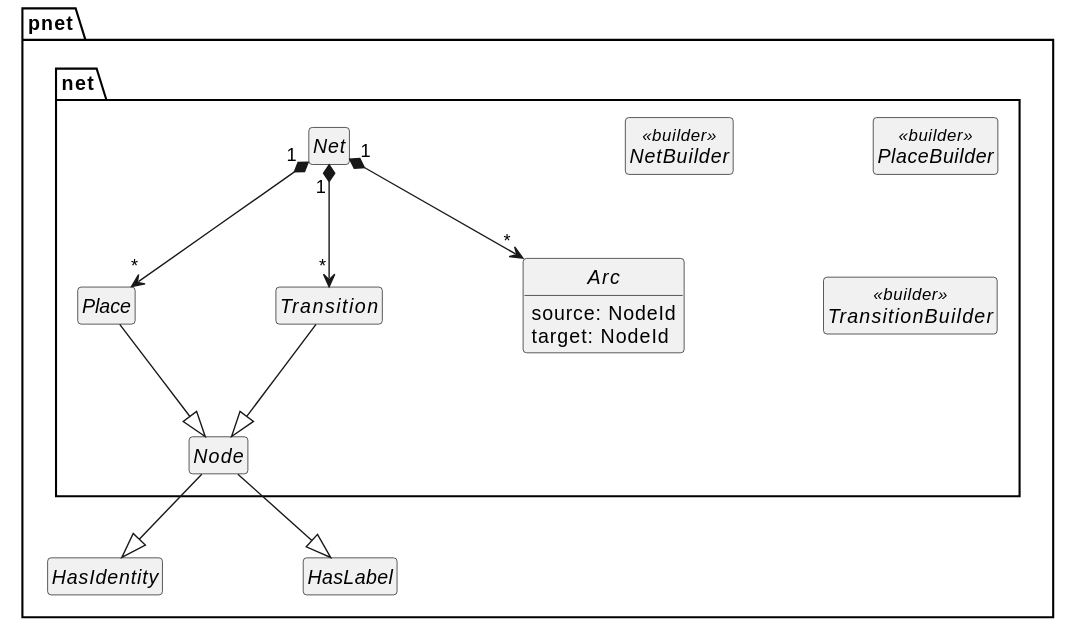
The PlantUML diagram doc/ptnet-model-net.svg in johnstonskj/rust-ptnets, before a commit.
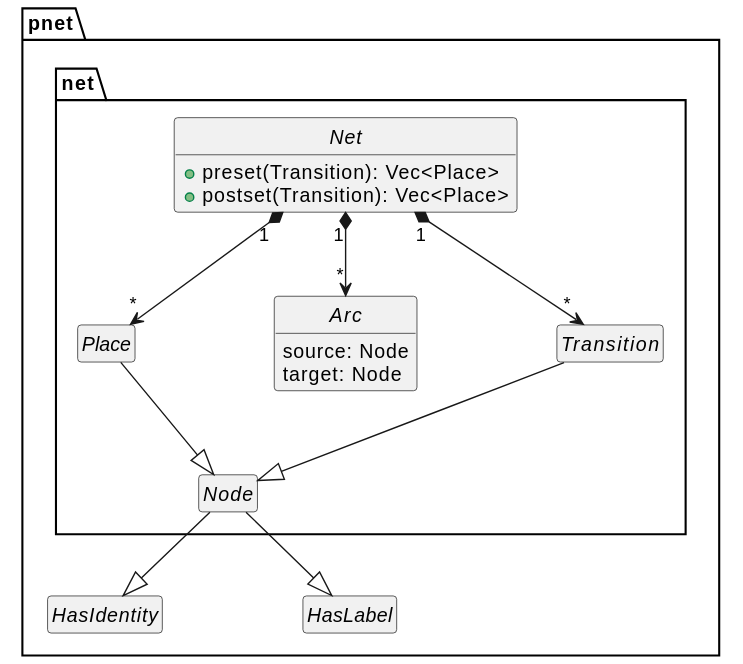
After the commit.

Change to the diagram source:
```diff
@@ -17,22 +17,21 @@
         interface Place {}
         Place -down-|> Node
 
+        interface Arc {
+            source: Node
+            target: Node
+        }
+
         interface Transition {}
         Transition -down-|> Node
 
-        interface Arc {
-            source: NodeId
-            target: NodeId
+        interface Net {
+            +preset(Transition): Vec<Place>
+            +postset(Transition): Vec<Place>
         }
-
-        interface Net {}
         Net "1" *--> "*" Place
         Net "1" *--> "*" Transition
         Net "1" *--> "*" Arc
-
-        interface NetBuilder <<builder>>
-        interface PlaceBuilder <<builder>>
-        interface TransitionBuilder <<builder>>
     }
 }
 @enduml
```
